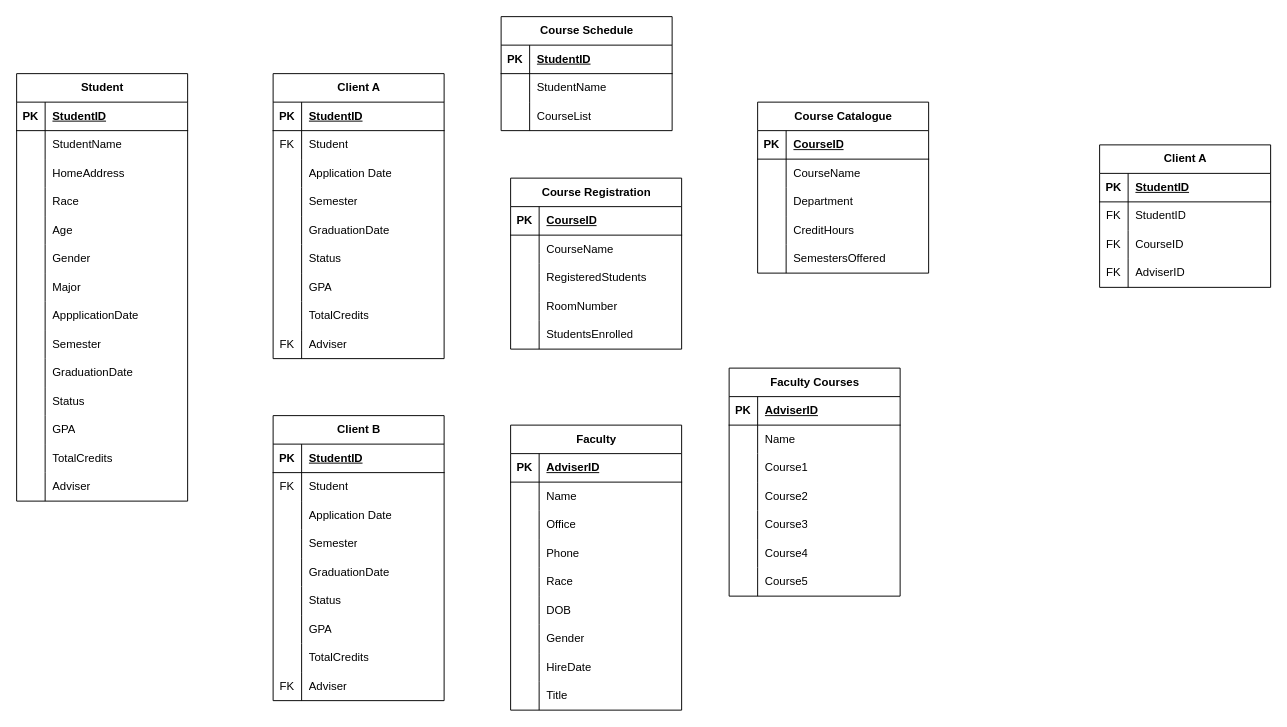
Above: Project 3.drawio in dkim28/computer-science (draw.io), before the change. Source tidied: cells renumbered, new cells numbered last; positions are measured from the earlier drawing's top-left corner, leaving out a move shared by most shapes. Both pictures are drawn from the tidied source at 95%, with x=0, y=0 at pixel (16, 16).
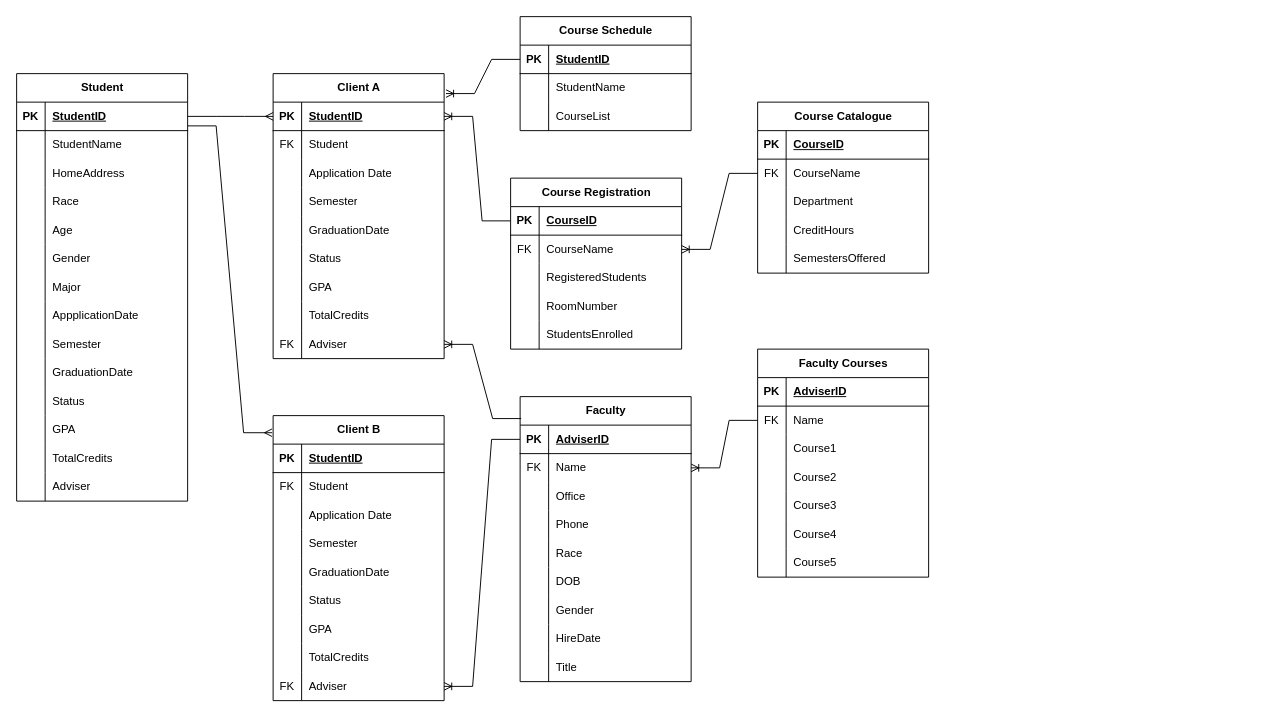
The same page after the edit.

Unchanged cells that the change refers to:
```xml
<mxCell id="3" style="shape=tableRow;horizontal=0;startSize=0;swimlaneHead=0;swimlaneBody=0;fillColor=none;points=[[0,0.5],[1,0.5]];portConstraint=eastwest;top=0;left=0;right=0;bottom=1;" parent="2" vertex="1">
  <mxGeometry y="30" width="180" height="30" as="geometry" />
</mxCell>
<mxCell id="45" value="Client A" style="shape=table;startSize=30;childLayout=tableLayout;rowLines=0;fontStyle=1;align=center;html=1;" parent="1" vertex="1">
  <mxGeometry x="270" y="60" width="180" height="300" as="geometry" />
</mxCell>
<mxCell id="46" style="shape=tableRow;horizontal=0;startSize=0;swimlaneHead=0;swimlaneBody=0;fillColor=none;points=[[0,0.5],[1,0.5]];portConstraint=eastwest;top=0;left=0;right=0;bottom=1;" parent="45" vertex="1">
  <mxGeometry y="30" width="180" height="30" as="geometry" />
</mxCell>
<mxCell id="70" style="shape=tableRow;horizontal=0;startSize=0;swimlaneHead=0;swimlaneBody=0;fillColor=none;points=[[0,0.5],[1,0.5]];portConstraint=eastwest;top=0;left=0;right=0;bottom=0;" parent="45" vertex="1">
  <mxGeometry y="270" width="180" height="30" as="geometry" />
</mxCell>
<mxCell id="74" style="shape=tableRow;horizontal=0;startSize=0;swimlaneHead=0;swimlaneBody=0;fillColor=none;points=[[0,0.5],[1,0.5]];portConstraint=eastwest;top=0;left=0;right=0;bottom=1;" parent="73" vertex="1">
  <mxGeometry y="30" width="180" height="30" as="geometry" />
</mxCell>
<mxCell id="84" style="shape=tableRow;horizontal=0;startSize=0;swimlaneHead=0;swimlaneBody=0;fillColor=none;points=[[0,0.5],[1,0.5]];portConstraint=eastwest;top=0;left=0;right=0;bottom=1;" parent="83" vertex="1">
  <mxGeometry y="30" width="180" height="30" as="geometry" />
</mxCell>
<mxCell id="87" style="shape=tableRow;horizontal=0;startSize=0;swimlaneHead=0;swimlaneBody=0;fillColor=none;points=[[0,0.5],[1,0.5]];portConstraint=eastwest;top=0;left=0;right=0;bottom=0;" parent="83" vertex="1">
  <mxGeometry y="60" width="180" height="30" as="geometry" />
</mxCell>
<mxCell id="103" style="shape=tableRow;horizontal=0;startSize=0;swimlaneHead=0;swimlaneBody=0;fillColor=none;points=[[0,0.5],[1,0.5]];portConstraint=eastwest;top=0;left=0;right=0;bottom=0;" parent="99" vertex="1">
  <mxGeometry y="60" width="180" height="30" as="geometry" />
</mxCell>
<mxCell id="119" style="shape=tableRow;horizontal=0;startSize=0;swimlaneHead=0;swimlaneBody=0;fillColor=none;points=[[0,0.5],[1,0.5]];portConstraint=eastwest;top=0;left=0;right=0;bottom=0;" parent="115" vertex="1">
  <mxGeometry y="60" width="180" height="30" as="geometry" />
</mxCell>
<mxCell id="138" style="shape=tableRow;horizontal=0;startSize=0;swimlaneHead=0;swimlaneBody=0;fillColor=none;points=[[0,0.5],[1,0.5]];portConstraint=eastwest;top=0;left=0;right=0;bottom=1;" parent="137" vertex="1">
  <mxGeometry y="30" width="180" height="30" as="geometry" />
</mxCell>
<mxCell id="141" style="shape=tableRow;horizontal=0;startSize=0;swimlaneHead=0;swimlaneBody=0;fillColor=none;points=[[0,0.5],[1,0.5]];portConstraint=eastwest;top=0;left=0;right=0;bottom=0;" parent="137" vertex="1">
  <mxGeometry y="60" width="180" height="30" as="geometry" />
</mxCell>
<mxCell id="165" value="Client B" style="shape=table;startSize=30;childLayout=tableLayout;rowLines=0;fontStyle=1;align=center;html=1;" parent="1" vertex="1">
  <mxGeometry x="270" y="420" width="180" height="300" as="geometry" />
</mxCell>
<mxCell id="190" style="shape=tableRow;horizontal=0;startSize=0;swimlaneHead=0;swimlaneBody=0;fillColor=none;points=[[0,0.5],[1,0.5]];portConstraint=eastwest;top=0;left=0;right=0;bottom=0;" parent="165" vertex="1">
  <mxGeometry y="270" width="180" height="30" as="geometry" />
</mxCell>
```

The edit, as a diff of the source:
```diff
@@
     <mxCell id="73" value="Course Schedule" style="shape=table;startSize=30;childLayout=tableLayout;rowLines=0;fontStyle=1;align=center;html=1;" parent="1" vertex="1">
-      <mxGeometry x="510" width="180" height="120" as="geometry" />
+      <mxGeometry x="530" width="180" height="120" as="geometry" />
     </mxCell>
@@
-    <mxCell id="88" style="shape=partialRectangle;fillColor=none;top=0;left=0;bottom=0;right=0;overflow=hidden;whiteSpace=wrap;html=1;" parent="87" vertex="1">
+    <mxCell id="88" value="FK" style="shape=partialRectangle;fillColor=none;top=0;left=0;bottom=0;right=0;overflow=hidden;whiteSpace=wrap;html=1;" parent="87" vertex="1">
       <mxGeometry width="30" height="30" as="geometry" />
     </mxCell>
@@
-    <mxCell id="104" style="shape=partialRectangle;fillColor=none;top=0;left=0;bottom=0;right=0;overflow=hidden;whiteSpace=wrap;html=1;" parent="103" vertex="1">
+    <mxCell id="104" value="FK" style="shape=partialRectangle;fillColor=none;top=0;left=0;bottom=0;right=0;overflow=hidden;whiteSpace=wrap;html=1;" parent="103" vertex="1">
       <mxGeometry width="30" height="30" as="geometry" />
     </mxCell>
@@
     <mxCell id="115" value="Faculty Courses" style="shape=table;startSize=30;childLayout=tableLayout;rowLines=0;fontStyle=1;align=center;html=1;" parent="1" vertex="1">
-      <mxGeometry x="750" y="370" width="180" height="240" as="geometry" />
+      <mxGeometry x="780" y="350" width="180" height="240" as="geometry" />
     </mxCell>
@@
-    <mxCell id="120" style="shape=partialRectangle;fillColor=none;top=0;left=0;bottom=0;right=0;overflow=hidden;whiteSpace=wrap;html=1;" parent="119" vertex="1">
+    <mxCell id="120" value="FK" style="shape=partialRectangle;fillColor=none;top=0;left=0;bottom=0;right=0;overflow=hidden;whiteSpace=wrap;html=1;" parent="119" vertex="1">
       <mxGeometry width="30" height="30" as="geometry" />
     </mxCell>
@@
     <mxCell id="137" value="Faculty" style="shape=table;startSize=30;childLayout=tableLayout;rowLines=0;fontStyle=1;align=center;html=1;" parent="1" vertex="1">
-      <mxGeometry x="520" y="430" width="180" height="300" as="geometry" />
+      <mxGeometry x="530" y="400" width="180" height="300" as="geometry" />
     </mxCell>
@@
-    <mxCell id="142" style="shape=partialRectangle;fillColor=none;top=0;left=0;bottom=0;right=0;overflow=hidden;whiteSpace=wrap;html=1;" parent="141" vertex="1">
+    <mxCell id="142" value="FK" style="shape=partialRectangle;fillColor=none;top=0;left=0;bottom=0;right=0;overflow=hidden;whiteSpace=wrap;html=1;" parent="141" vertex="1">
       <mxGeometry width="30" height="30" as="geometry" />
     </mxCell>
@@
-    <mxCell id="193" value="Client A" style="shape=table;startSize=30;childLayout=tableLayout;rowLines=0;fontStyle=1;align=center;html=1;" parent="1" vertex="1">
-      <mxGeometry x="1140" y="135" width="180" height="150" as="geometry" />
-    </mxCell>
-    <mxCell id="194" style="shape=tableRow;horizontal=0;startSize=0;swimlaneHead=0;swimlaneBody=0;fillColor=none;top=0;left=0;right=0;bottom=1;" parent="193" vertex="1">
-      <mxGeometry y="30" width="180" height="30" as="geometry" />
-    </mxCell>
-    <mxCell id="195" value="PK" style="shape=partialRectangle;fillColor=none;top=0;left=0;bottom=0;right=0;fontStyle=1;overflow=hidden;whiteSpace=wrap;html=1;" parent="194" vertex="1">
-      <mxGeometry width="30" height="30" as="geometry" />
-    </mxCell>
-    <mxCell id="196" value="StudentID" style="shape=partialRectangle;fillColor=none;top=0;left=0;bottom=0;right=0;align=left;spacingLeft=6;fontStyle=5;overflow=hidden;whiteSpace=wrap;html=1;" parent="194" vertex="1">
-      <mxGeometry x="30" width="150" height="30" as="geometry" />
-    </mxCell>
-    <mxCell id="197" style="shape=tableRow;horizontal=0;startSize=0;swimlaneHead=0;swimlaneBody=0;fillColor=none;top=0;left=0;right=0;bottom=0;" parent="193" vertex="1">
-      <mxGeometry y="60" width="180" height="30" as="geometry" />
-    </mxCell>
-    <mxCell id="198" value="FK" style="shape=partialRectangle;fillColor=none;top=0;left=0;bottom=0;right=0;overflow=hidden;whiteSpace=wrap;html=1;" parent="197" vertex="1">
-      <mxGeometry width="30" height="30" as="geometry" />
-    </mxCell>
-    <mxCell id="199" value="StudentID" style="shape=partialRectangle;fillColor=none;top=0;left=0;bottom=0;right=0;align=left;spacingLeft=6;overflow=hidden;whiteSpace=wrap;html=1;" parent="197" vertex="1">
-      <mxGeometry x="30" width="150" height="30" as="geometry" />
-    </mxCell>
-    <mxCell id="200" style="shape=tableRow;horizontal=0;startSize=0;swimlaneHead=0;swimlaneBody=0;fillColor=none;top=0;left=0;right=0;bottom=0;" parent="193" vertex="1">
-      <mxGeometry y="90" width="180" height="30" as="geometry" />
-    </mxCell>
-    <mxCell id="201" value="FK" style="shape=partialRectangle;fillColor=none;top=0;left=0;bottom=0;right=0;overflow=hidden;whiteSpace=wrap;html=1;" parent="200" vertex="1">
-      <mxGeometry width="30" height="30" as="geometry" />
-    </mxCell>
-    <mxCell id="202" value="CourseID" style="shape=partialRectangle;fillColor=none;top=0;left=0;bottom=0;right=0;align=left;spacingLeft=6;overflow=hidden;whiteSpace=wrap;html=1;" parent="200" vertex="1">
-      <mxGeometry x="30" width="150" height="30" as="geometry" />
-    </mxCell>
-    <mxCell id="203" style="shape=tableRow;horizontal=0;startSize=0;swimlaneHead=0;swimlaneBody=0;fillColor=none;top=0;left=0;right=0;bottom=0;" parent="193" vertex="1">
-      <mxGeometry y="120" width="180" height="30" as="geometry" />
-    </mxCell>
-    <mxCell id="204" value="FK" style="shape=partialRectangle;fillColor=none;top=0;left=0;bottom=0;right=0;overflow=hidden;whiteSpace=wrap;html=1;" parent="203" vertex="1">
-      <mxGeometry width="30" height="30" as="geometry" />
-    </mxCell>
-    <mxCell id="205" value="AdviserID" style="shape=partialRectangle;fillColor=none;top=0;left=0;bottom=0;right=0;align=left;spacingLeft=6;overflow=hidden;whiteSpace=wrap;html=1;" parent="203" vertex="1">
-      <mxGeometry x="30" width="150" height="30" as="geometry" />
-    </mxCell>
+    <mxCell id="206" style="edgeStyle=entityRelationEdgeStyle;fontSize=12;html=1;endArrow=ERmany;rounded=0;entryX=0;entryY=0.5;entryDx=0;entryDy=0;" parent="1" edge="1" source="3" target="46">
+      <mxGeometry relative="1" as="geometry" />
+    </mxCell>
+    <mxCell id="207" style="edgeStyle=entityRelationEdgeStyle;fontSize=12;html=1;endArrow=ERmany;rounded=0;entryX=-0.006;entryY=0.06;entryDx=0;entryDy=0;entryPerimeter=0;" parent="1" edge="1" target="165">
+      <mxGeometry relative="1" as="geometry">
+        <mxPoint x="180" y="115" as="sourcePoint" />
+      </mxGeometry>
+    </mxCell>
+    <mxCell id="208" style="edgeStyle=entityRelationEdgeStyle;fontSize=12;html=1;endArrow=ERoneToMany;rounded=0;exitX=0;exitY=0.5;exitDx=0;exitDy=0;entryX=1.011;entryY=0.07;entryDx=0;entryDy=0;entryPerimeter=0;" parent="1" edge="1" source="74" target="45">
+      <mxGeometry relative="1" as="geometry" />
+    </mxCell>
+    <mxCell id="209" style="edgeStyle=entityRelationEdgeStyle;fontSize=12;html=1;endArrow=ERoneToMany;rounded=0;exitX=0;exitY=0.5;exitDx=0;exitDy=0;entryX=1;entryY=0.5;entryDx=0;entryDy=0;" parent="1" edge="1" source="84" target="46">
+      <mxGeometry relative="1" as="geometry" />
+    </mxCell>
+    <mxCell id="210" style="edgeStyle=entityRelationEdgeStyle;fontSize=12;html=1;endArrow=ERoneToMany;rounded=0;exitX=0;exitY=0.5;exitDx=0;exitDy=0;entryX=1;entryY=0.5;entryDx=0;entryDy=0;" parent="1" edge="1" source="138" target="190">
+      <mxGeometry relative="1" as="geometry" />
+    </mxCell>
+    <mxCell id="211" style="edgeStyle=entityRelationEdgeStyle;fontSize=12;html=1;endArrow=ERoneToMany;rounded=0;exitX=0.006;exitY=0.077;exitDx=0;exitDy=0;exitPerimeter=0;entryX=1;entryY=0.5;entryDx=0;entryDy=0;" parent="1" edge="1" source="137" target="70">
+      <mxGeometry relative="1" as="geometry" />
+    </mxCell>
+    <mxCell id="212" style="edgeStyle=entityRelationEdgeStyle;fontSize=12;html=1;endArrow=ERoneToMany;rounded=0;exitX=0;exitY=0.5;exitDx=0;exitDy=0;entryX=1;entryY=0.5;entryDx=0;entryDy=0;" parent="1" edge="1" source="103" target="87">
+      <mxGeometry relative="1" as="geometry" />
+    </mxCell>
+    <mxCell id="213" style="edgeStyle=entityRelationEdgeStyle;fontSize=12;html=1;endArrow=ERoneToMany;rounded=0;exitX=0;exitY=0.5;exitDx=0;exitDy=0;entryX=1;entryY=0.5;entryDx=0;entryDy=0;" parent="1" edge="1" source="119" target="141">
+      <mxGeometry relative="1" as="geometry" />
+    </mxCell>
```
